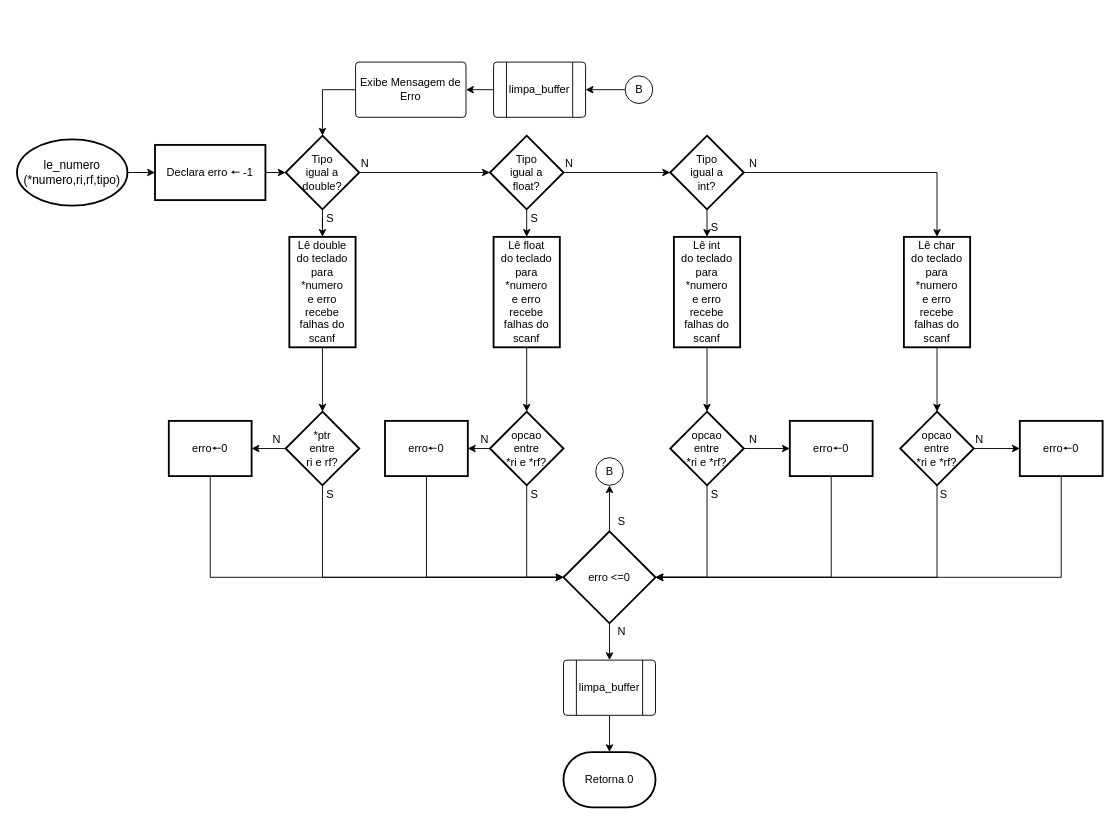
Before: Fluxograma/Le numero.drawio in riquetret/Mania-Filmes, a draw.io diagram. Source tidied: cells renumbered, new cells numbered last; positions are measured from the earlier drawing's top-left corner, leaving out a move shared by most shapes. Both pictures are drawn from the tidied source at 92%, with x=0, y=0 at pixel (17, 62).
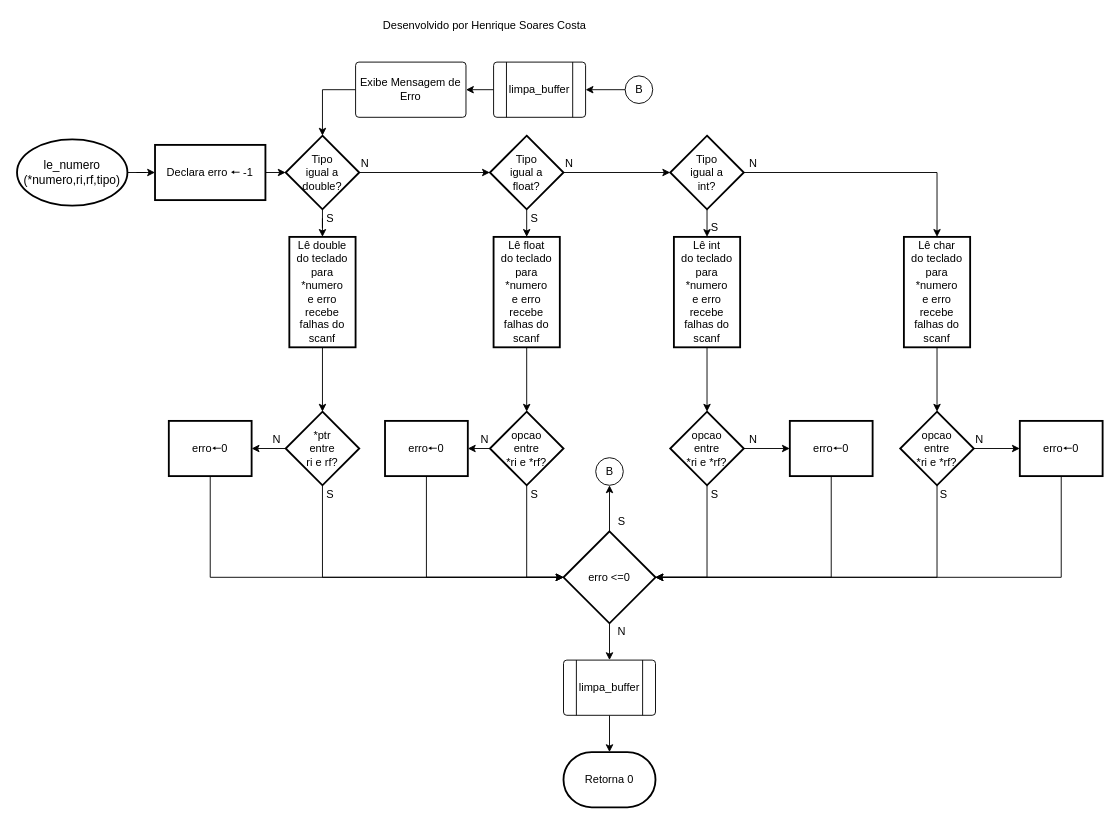
The same page after the edit.

Change to the diagram source:
```diff
@@
+    <mxCell id="72" value="Desenvolvido por Henrique Soares Costa" style="text;html=1;align=center;verticalAlign=middle;strokeColor=none;fillColor=none;" parent="1" vertex="1">
+      <mxGeometry x="388" y="-50" width="240" height="20" as="geometry" />
+    </mxCell>
```
